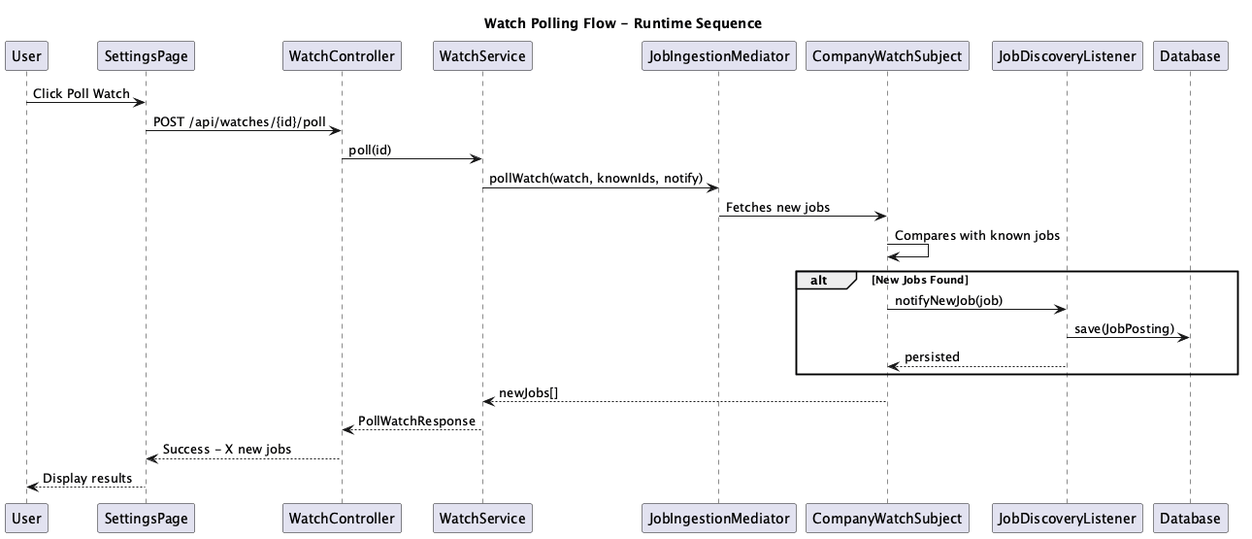
Above: docs/diagrams/png/NextOffer_Watch_Polling_Flow.png in Anmol-tech/NextOffer (PlantUML), before the change. The source it was exported from:
```plantuml
@startuml NextOffer_Watch_Polling_Flow
title Watch Polling Flow - Runtime Sequence
participant "User" as EndUser
participant "SettingsPage" as UI
participant "WatchController" as Controller
participant "WatchService" as Service
participant "JobIngestionMediator" as Mediator
participant "CompanyWatchSubject" as Subject
participant "JobDiscoveryListener" as Listener
participant "Database" as DB

EndUser -> UI: Click Poll Watch
UI -> Controller: POST /api/watches/{id}/poll
Controller -> Service: poll(id)
Service -> Mediator: pollWatch(watch, knownIds, notify)
Mediator -> Subject: Fetches new jobs
Subject -> Subject: Compares with known jobs
alt New Jobs Found
  Subject -> Listener: notifyNewJob(job)
  Listener -> DB: save(JobPosting)
  Listener --> Subject: persisted
end
Subject --> Service: newJobs[]
Service --> Controller: PollWatchResponse
Controller --> UI: Success - X new jobs
UI --> EndUser: Display results

@enduml
```
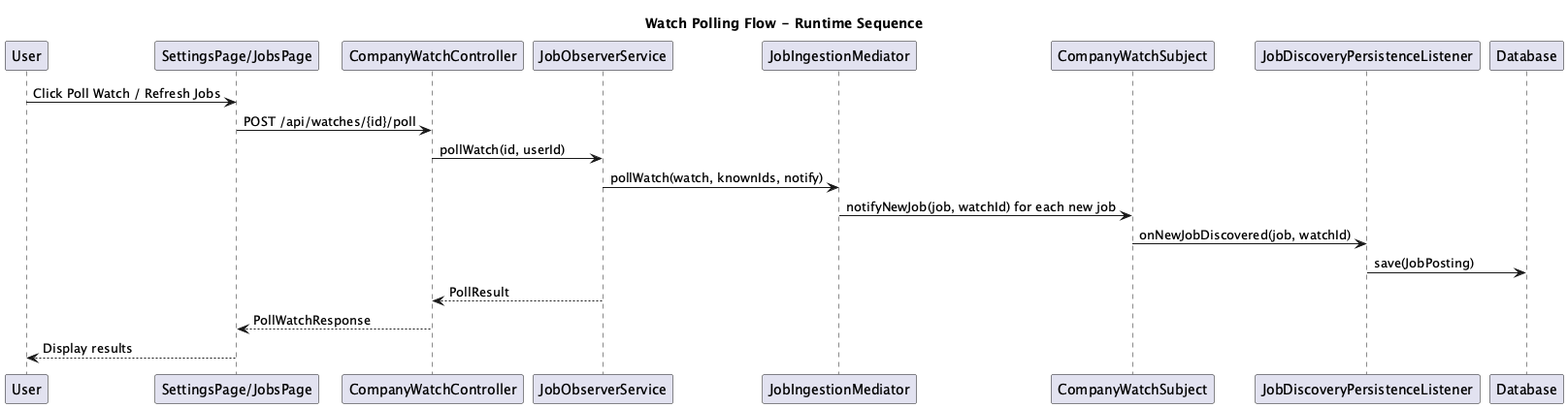
Later version of the same file.

Diff of the diagram source:
```diff
@@ -1,28 +1,23 @@
 @startuml NextOffer_Watch_Polling_Flow
 title Watch Polling Flow - Runtime Sequence
 participant "User" as EndUser
-participant "SettingsPage" as UI
-participant "WatchController" as Controller
-participant "WatchService" as Service
+participant "SettingsPage/JobsPage" as UI
+participant "CompanyWatchController" as Controller
+participant "JobObserverService" as ObserverService
 participant "JobIngestionMediator" as Mediator
 participant "CompanyWatchSubject" as Subject
-participant "JobDiscoveryListener" as Listener
+participant "JobDiscoveryPersistenceListener" as Listener
 participant "Database" as DB
 
-EndUser -> UI: Click Poll Watch
+EndUser -> UI: Click Poll Watch / Refresh Jobs
 UI -> Controller: POST /api/watches/{id}/poll
-Controller -> Service: poll(id)
-Service -> Mediator: pollWatch(watch, knownIds, notify)
-Mediator -> Subject: Fetches new jobs
-Subject -> Subject: Compares with known jobs
-alt New Jobs Found
-  Subject -> Listener: notifyNewJob(job)
-  Listener -> DB: save(JobPosting)
-  Listener --> Subject: persisted
-end
-Subject --> Service: newJobs[]
-Service --> Controller: PollWatchResponse
-Controller --> UI: Success - X new jobs
+Controller -> ObserverService: pollWatch(id, userId)
+ObserverService -> Mediator: pollWatch(watch, knownIds, notify)
+Mediator -> Subject: notifyNewJob(job, watchId) for each new job
+Subject -> Listener: onNewJobDiscovered(job, watchId)
+Listener -> DB: save(JobPosting)
+ObserverService --> Controller: PollResult
+Controller --> UI: PollWatchResponse
 UI --> EndUser: Display results
 
 @enduml
```
